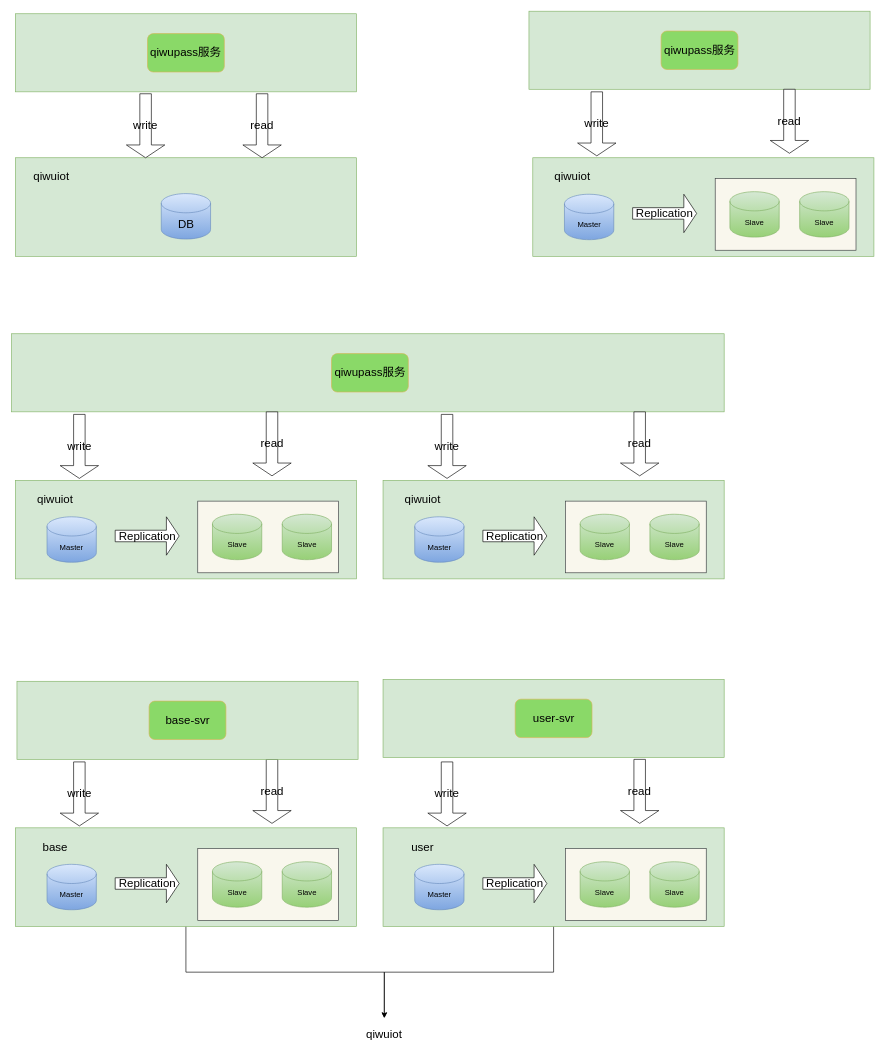
viking-wj/software keeps this draw.io diagram as page "数据库设计" (4 of 5) of 模块.drawio. Above is the earlier version. Source tidied: cells renumbered, new cells numbered last; positions are measured from the earlier drawing's top-left corner, leaving out a move shared by most shapes. Both pictures are drawn from the tidied source at 64%, with x=0, y=0 at pixel (12, 11).
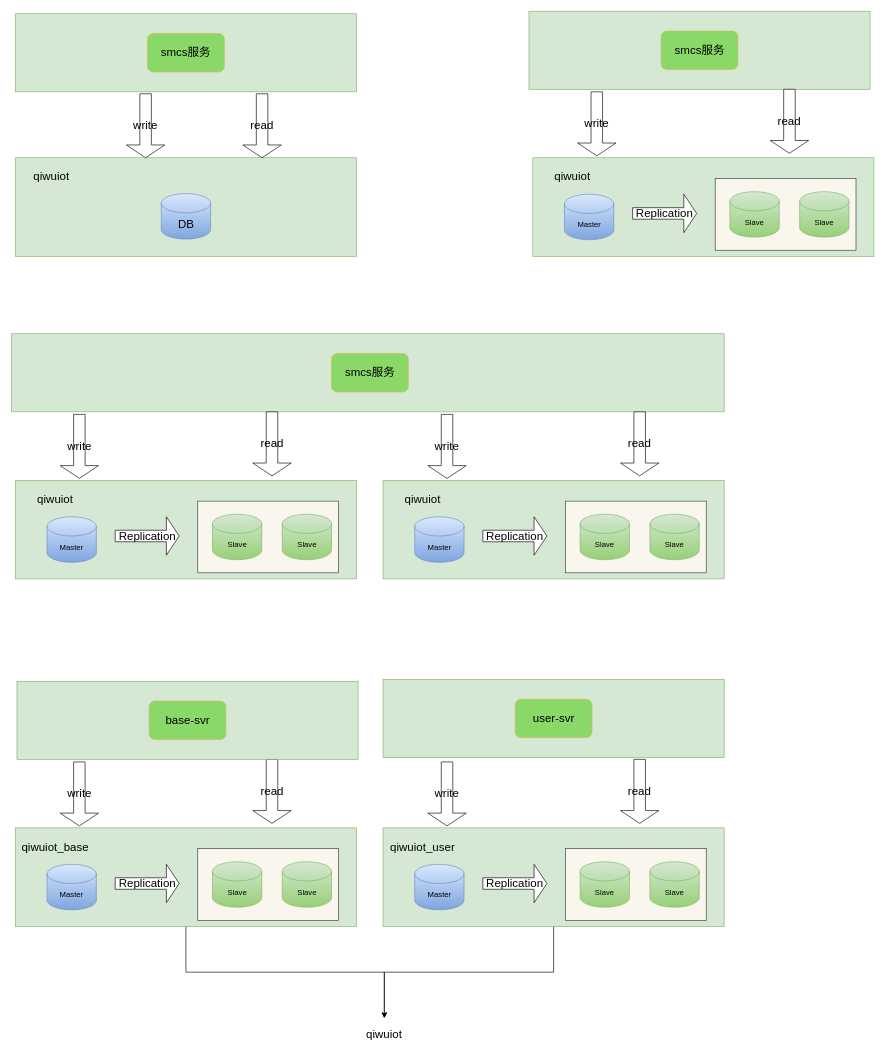
Above is the later version.

Change to the diagram source:
```diff
@@
-    <mxCell id="4" value="qiwupass服务" style="rounded=1;whiteSpace=wrap;html=1;gradientColor=none;fillColor=#8AD968;strokeColor=#d6b656;fillStyle=auto;fontSize=18;" parent="1" vertex="1">
+    <mxCell id="4" value="smcs服务" style="rounded=1;whiteSpace=wrap;html=1;gradientColor=none;fillColor=#8AD968;strokeColor=#d6b656;fillStyle=auto;fontSize=18;" parent="1" vertex="1">
       <mxGeometry x="212" y="35" width="120" height="60" as="geometry" />
     </mxCell>
@@
-    <mxCell id="15" value="qiwupass服务" style="rounded=1;whiteSpace=wrap;html=1;gradientColor=none;fillColor=#8AD968;strokeColor=#d6b656;fillStyle=auto;fontSize=18;" parent="1" vertex="1">
+    <mxCell id="15" value="smcs服务" style="rounded=1;whiteSpace=wrap;html=1;gradientColor=none;fillColor=#8AD968;strokeColor=#d6b656;fillStyle=auto;fontSize=18;" parent="1" vertex="1">
       <mxGeometry x="1014.5" y="31" width="120" height="60" as="geometry" />
     </mxCell>
@@
-    <mxCell id="26" value="qiwupass服务" style="rounded=1;whiteSpace=wrap;html=1;gradientColor=none;fillColor=#8AD968;strokeColor=#d6b656;fillStyle=auto;fontSize=18;" parent="1" vertex="1">
+    <mxCell id="26" value="smcs服务" style="rounded=1;whiteSpace=wrap;html=1;gradientColor=none;fillColor=#8AD968;strokeColor=#d6b656;fillStyle=auto;fontSize=18;" parent="1" vertex="1">
       <mxGeometry x="499.5" y="535" width="120" height="60" as="geometry" />
     </mxCell>
@@
-    <mxCell id="48" value="base" style="text;html=1;strokeColor=none;fillColor=none;align=center;verticalAlign=middle;whiteSpace=wrap;rounded=0;fontSize=18;" parent="1" vertex="1">
+    <mxCell id="48" value="qiwuiot_base" style="text;html=1;strokeColor=none;fillColor=none;align=center;verticalAlign=middle;whiteSpace=wrap;rounded=0;fontSize=18;" parent="1" vertex="1">
       <mxGeometry x="17.5" y="1289" width="100" height="33" as="geometry" />
     </mxCell>
@@
-    <mxCell id="58" value="user" style="text;html=1;strokeColor=none;fillColor=none;align=center;verticalAlign=middle;whiteSpace=wrap;rounded=0;fontSize=18;" parent="1" vertex="1">
+    <mxCell id="58" value="qiwuiot_user" style="text;html=1;strokeColor=none;fillColor=none;align=center;verticalAlign=middle;whiteSpace=wrap;rounded=0;fontSize=18;" parent="1" vertex="1">
       <mxGeometry x="592" y="1289" width="100" height="33" as="geometry" />
     </mxCell>
```
